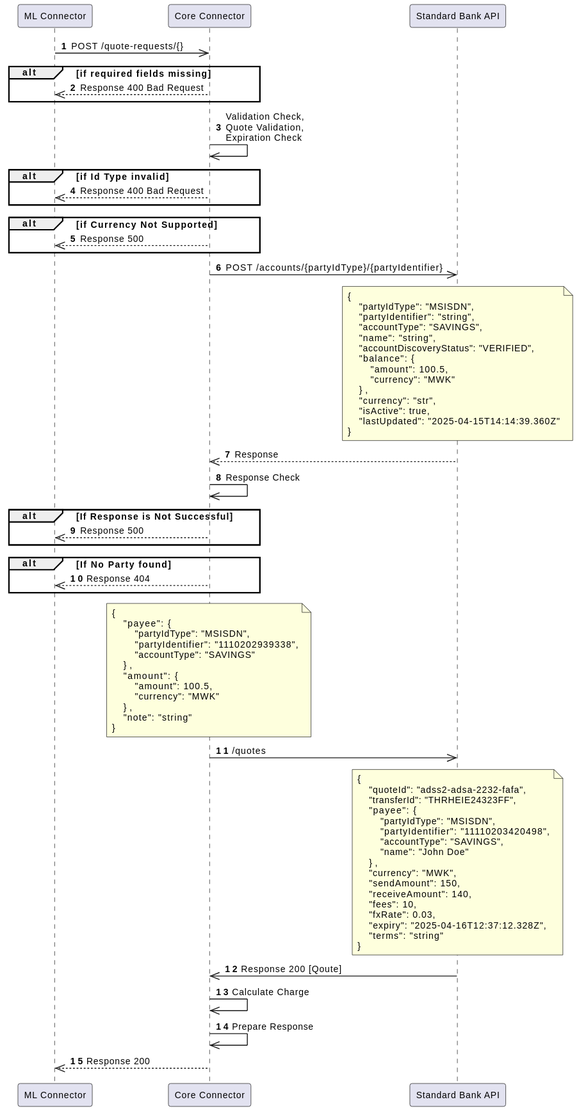
Above: standard-bank-mw-core-connector/docs/payee/images/payee-quote-requests.svg in mojaloop/ml-reference-connectors (PlantUML), before the change. Its diagram source:
```plantuml
@startuml
skinparam defaultFontSize 10
autonumber

participant "ML Connector" as ML
participant "Core Connector" as CC
participant "Standard Bank API" as SBAPI

ML ->> CC: POST /quote-requests/{}

alt if required fields missing
    CC -->> ML: Response 400 Bad Request
end

CC ->> CC: Validation Check,\nQuote Validation,\nExpiration Check

alt if Id Type invalid
    CC -->> ML: Response 400 Bad Request
end

alt if Currency Not Supported
    CC -->> ML: Response 500
end

CC ->> SBAPI: POST /accounts/{partyIdType}/{partyIdentifier}

note over SBAPI
{
    "partyIdType": "MSISDN",
    "partyIdentifier": "string",
    "accountType": "SAVINGS",
    "name": "string",
    "accountDiscoveryStatus": "VERIFIED",
    "balance": {
        "amount": 100.5,
        "currency": "MWK"
    },
    "currency": "str",
    "isActive": true,
    "lastUpdated": "2025-04-15T14:14:39.360Z"
}
end note
SBAPI -->> CC: Response

CC ->> CC: Response Check

alt If Response is Not Successful
    CC -->> ML: Response 500
end

alt If No Party found
    CC -->> ML: Response 404
end

note over CC
{
    "payee": {
        "partyIdType": "MSISDN",
        "partyIdentifier": "1110202939338",
        "accountType": "SAVINGS"
    },
    "amount": {
        "amount": 100.5,
        "currency": "MWK"
    },
    "note": "string"
}
end note
CC ->> SBAPI: /quotes

note over SBAPI
{
    "quoteId": "adss2-adsa-2232-fafa",
    "transferId": "THRHEIE24323FF",
    "payee": {
        "partyIdType": "MSISDN",
        "partyIdentifier": "11110203420498",
        "accountType": "SAVINGS",
        "name": "John Doe"
    },
    "currency": "MWK",
    "sendAmount": 150,
    "receiveAmount": 140,
    "fees": 10,
    "fxRate": 0.03,
    "expiry": "2025-04-16T12:37:12.328Z",
    "terms": "string"
}
end note
SBAPI ->> CC: Response 200 [Qoute]

CC ->> CC: Calculate Charge
CC ->> CC: Prepare Response
CC -->> ML: Response 200
@enduml
```
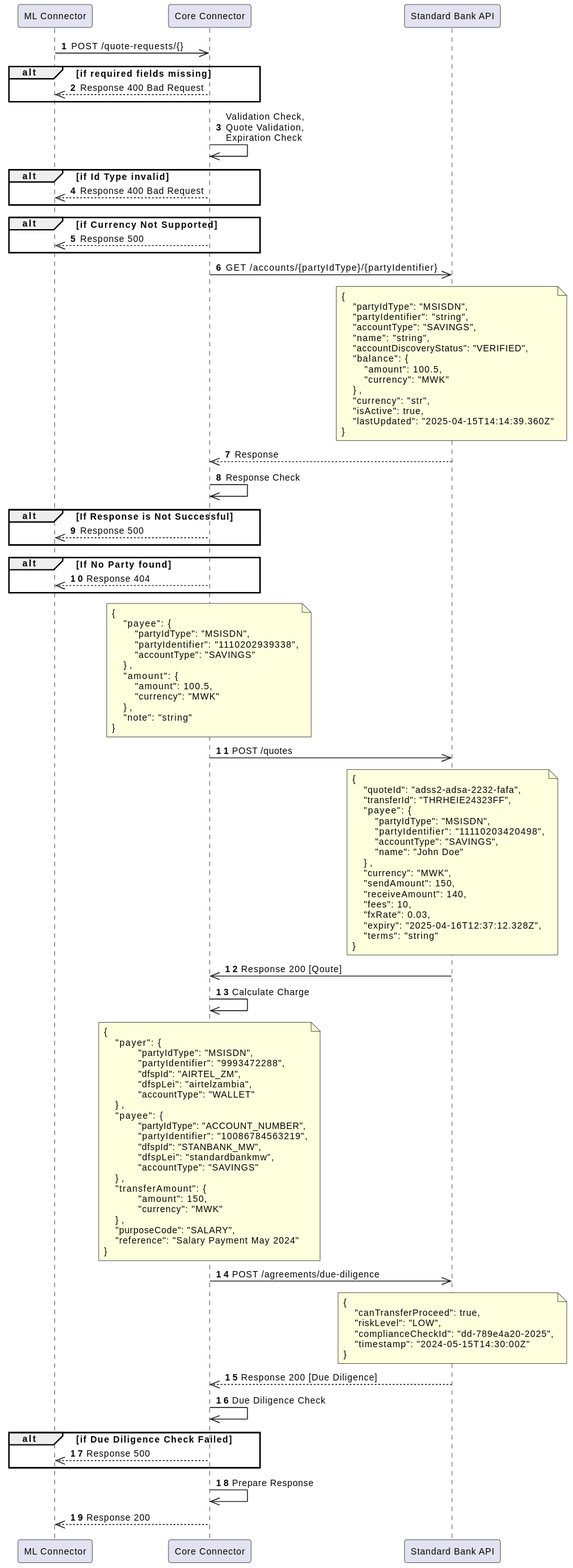
The same diagram one commit later.

Diff of the diagram source:
```diff
@@ -22,7 +22,7 @@
     CC -->> ML: Response 500
 end
 
-CC ->> SBAPI: POST /accounts/{partyIdType}/{partyIdentifier}
+CC ->> SBAPI: GET /accounts/{partyIdType}/{partyIdentifier}
 
 note over SBAPI
 {
@@ -66,7 +66,7 @@
     "note": "string"
 }
 end note
-CC ->> SBAPI: /quotes
+CC ->> SBAPI: POST /quotes
 
 note over SBAPI
 {
@@ -90,6 +90,48 @@
 SBAPI ->> CC: Response 200 [Qoute]
 
 CC ->> CC: Calculate Charge
+
+note over CC
+{
+    "payer": {
+            "partyIdType": "MSISDN",
+            "partyIdentifier": "9993472288",
+            "dfspId": "AIRTEL_ZM",
+            "dfspLei": "airtelzambia",
+            "accountType": "WALLET"
+    },
+    "payee": {
+            "partyIdType": "ACCOUNT_NUMBER",
+            "partyIdentifier": "10086784563219",
+            "dfspId": "STANBANK_MW",
+            "dfspLei": "standardbankmw",
+            "accountType": "SAVINGS"
+    },
+    "transferAmount": {
+            "amount": 150,
+            "currency": "MWK"
+    },
+    "purposeCode": "SALARY",
+    "reference": "Salary Payment May 2024"
+}
+end note
+CC ->> SBAPI: POST /agreements/due-diligence
+
+note over SBAPI
+{
+    "canTransferProceed": true,
+    "riskLevel": "LOW",
+    "complianceCheckId": "dd-789e4a20-2025",
+    "timestamp": "2024-05-15T14:30:00Z"
+}
+end note
+
+SBAPI -->> CC: Response 200 [Due Diligence]
+CC ->> CC: Due Diligence Check
+alt if Due Diligence Check Failed
+    CC -->> ML: Response 500
+end
+
 CC ->> CC: Prepare Response
 CC -->> ML: Response 200
 @enduml
```
